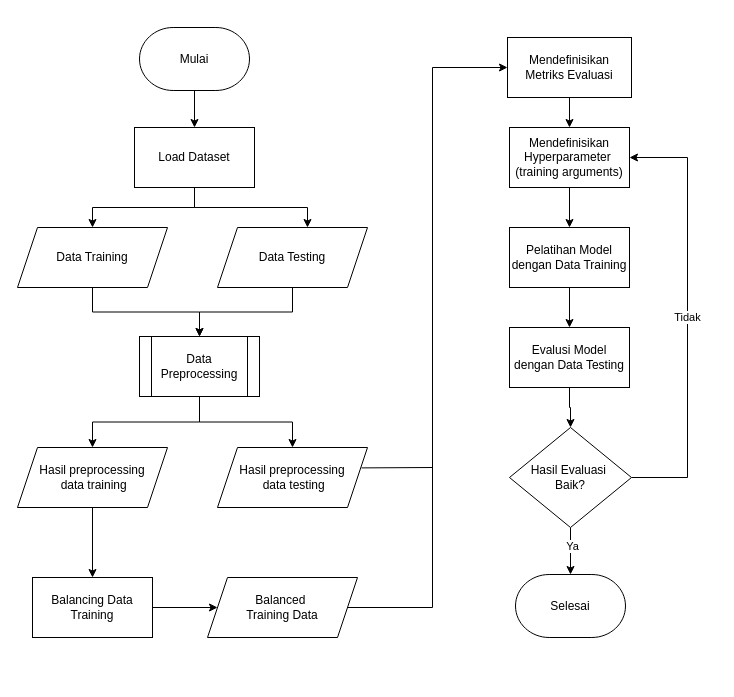
meisyareptiana/design_database keeps this draw.io diagram as Perancangan Model.drawio. Above is the earlier version. Source tidied: cells renumbered, new cells numbered last; positions are measured from the earlier drawing's top-left corner, leaving out a move shared by most shapes. Both pictures are drawn from the tidied source at 100%, with x=0, y=0 at pixel (17, 27).
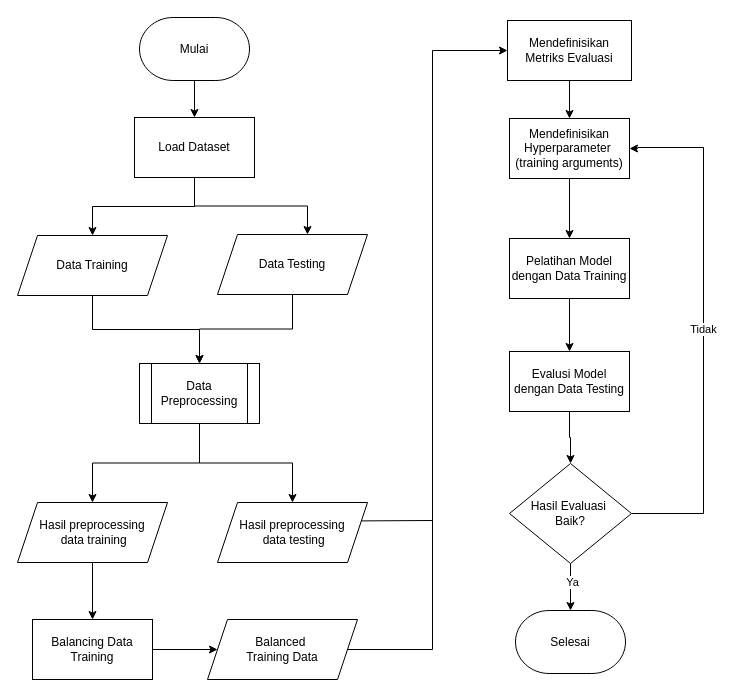
The same diagram, later.

Diff of the diagram source:
```diff
@@
     <mxCell id="3" value="Data Training" style="shape=parallelogram;perimeter=parallelogramPerimeter;whiteSpace=wrap;html=1;fixedSize=1;" parent="1" vertex="1">
-      <mxGeometry y="200" width="150" height="60" as="geometry" />
+      <mxGeometry y="208" width="150" height="60" as="geometry" />
     </mxCell>
@@
     <mxCell id="5" value="Mulai" style="fixedSize=1;html=1;shape=mxgraph.flowchart.terminator;whiteSpace=wrap;" parent="1" vertex="1">
-      <mxGeometry x="122" width="110" height="63" as="geometry" />
+      <mxGeometry x="122" y="-10" width="110" height="63" as="geometry" />
     </mxCell>
     <mxCell id="6" value="Selesai" style="fixedSize=1;html=1;shape=mxgraph.flowchart.terminator;whiteSpace=wrap;" parent="1" vertex="1">
-      <mxGeometry x="498" y="547" width="110" height="63" as="geometry" />
+      <mxGeometry x="498" y="583" width="110" height="63" as="geometry" />
     </mxCell>
@@
     <mxCell id="8" value="Load Dataset" style="rounded=0;whiteSpace=wrap;html=1;" parent="1" vertex="1">
-      <mxGeometry x="117" y="100" width="120" height="60" as="geometry" />
+      <mxGeometry x="117" y="90" width="120" height="60" as="geometry" />
     </mxCell>
@@
     <mxCell id="10" value="Data Testing" style="shape=parallelogram;perimeter=parallelogramPerimeter;whiteSpace=wrap;html=1;fixedSize=1;" parent="1" vertex="1">
-      <mxGeometry x="200" y="200" width="150" height="60" as="geometry" />
+      <mxGeometry x="200" y="207" width="150" height="60" as="geometry" />
     </mxCell>
@@
     <mxCell id="13" value="Hasil preprocessing&lt;div&gt;&amp;nbsp;data training&lt;/div&gt;" style="shape=parallelogram;perimeter=parallelogramPerimeter;whiteSpace=wrap;html=1;fixedSize=1;" parent="1" vertex="1">
-      <mxGeometry y="420" width="150" height="60" as="geometry" />
+      <mxGeometry y="475" width="150" height="60" as="geometry" />
     </mxCell>
     <mxCell id="14" value="Hasil preprocessing&lt;div&gt;&amp;nbsp;data testing&lt;/div&gt;" style="shape=parallelogram;perimeter=parallelogramPerimeter;whiteSpace=wrap;html=1;fixedSize=1;" parent="1" vertex="1">
-      <mxGeometry x="200" y="420" width="150" height="60" as="geometry" />
+      <mxGeometry x="200" y="475" width="150" height="60" as="geometry" />
     </mxCell>
@@
     <mxCell id="16" value="Balancing Data Training" style="rounded=0;whiteSpace=wrap;html=1;" parent="1" vertex="1">
-      <mxGeometry x="15" y="550" width="120" height="60" as="geometry" />
+      <mxGeometry x="15" y="592" width="120" height="60" as="geometry" />
     </mxCell>
@@
     <mxCell id="18" value="Balanced&amp;nbsp;&lt;div&gt;Training Data&lt;/div&gt;" style="shape=parallelogram;perimeter=parallelogramPerimeter;whiteSpace=wrap;html=1;fixedSize=1;" parent="1" vertex="1">
-      <mxGeometry x="190" y="550" width="150" height="60" as="geometry" />
+      <mxGeometry x="190" y="592" width="150" height="60" as="geometry" />
     </mxCell>
@@
     <mxCell id="20" value="Mendefinisikan Metriks Evaluasi" style="rounded=0;whiteSpace=wrap;html=1;" parent="1" vertex="1">
-      <mxGeometry x="490" y="10" width="124" height="60" as="geometry" />
+      <mxGeometry x="490" y="-7" width="124" height="60" as="geometry" />
     </mxCell>
     <mxCell id="21" style="endArrow=none;html=1;rounded=0;" parent="1" edge="1">
       <mxGeometry relative="1" as="geometry">
-        <mxPoint x="344" y="440.4" as="sourcePoint" />
-        <mxPoint x="415" y="440" as="targetPoint" />
+        <mxPoint x="344" y="493.4" as="sourcePoint" />
+        <mxPoint x="415" y="493" as="targetPoint" />
       </mxGeometry>
     </mxCell>
@@
     <mxCell id="23" value="Mendefinisikan Hyperparameter&amp;nbsp;&lt;div&gt;(training arguments)&lt;/div&gt;" style="whiteSpace=wrap;html=1;rounded=0;" parent="1" vertex="1">
-      <mxGeometry x="492" y="100" width="120" height="60" as="geometry" />
+      <mxGeometry x="492" y="91" width="120" height="60" as="geometry" />
     </mxCell>
@@
     <mxCell id="25" value="Pelatihan Model dengan Data Training" style="whiteSpace=wrap;html=1;rounded=0;" parent="1" vertex="1">
-      <mxGeometry x="492" y="200" width="120" height="60" as="geometry" />
+      <mxGeometry x="492" y="211" width="120" height="60" as="geometry" />
     </mxCell>
@@
     <mxCell id="27" value="Evalusi Model dengan Data Testing" style="whiteSpace=wrap;html=1;rounded=0;" parent="1" vertex="1">
-      <mxGeometry x="492" y="300" width="120" height="60" as="geometry" />
+      <mxGeometry x="492" y="324" width="120" height="60" as="geometry" />
     </mxCell>
@@
-    <mxCell id="30" style="edgeStyle=orthogonalEdgeStyle;rounded=0;jettySize=auto;html=1;entryX=1;entryY=0.5;entryDx=0;entryDy=0;" parent="1" edge="1" source="32" target="23">
+    <mxCell id="30" style="edgeStyle=orthogonalEdgeStyle;rounded=0;jettySize=auto;html=1;entryX=1;entryY=0.5;entryDx=0;entryDy=0;exitX=1;exitY=0.5;exitDx=0;exitDy=0;" parent="1" edge="1" source="32" target="23">
       <mxGeometry relative="1" as="geometry">
         <Array as="points">
-          <mxPoint x="670" y="450" />
-          <mxPoint x="670" y="130" />
+          <mxPoint x="686" y="486" />
+          <mxPoint x="686" y="120" />
+          <mxPoint x="620" y="120" />
         </Array>
       </mxGeometry>
     </mxCell>
@@
     <mxCell id="32" value="Hasil Evaluasi&amp;nbsp;&lt;div&gt;Baik?&lt;/div&gt;" style="rhombus;whiteSpace=wrap;html=1;rounded=0;" parent="1" vertex="1">
-      <mxGeometry x="492" y="400" width="122" height="100" as="geometry" />
+      <mxGeometry x="492" y="436" width="122" height="100" as="geometry" />
     </mxCell>
@@
     <mxCell id="35" value="Data Preprocessing" style="shape=process;whiteSpace=wrap;html=1;backgroundOutline=1;" parent="1" vertex="1">
-      <mxGeometry x="122" y="309" width="120" height="60" as="geometry" />
+      <mxGeometry x="122" y="336" width="120" height="60" as="geometry" />
     </mxCell>
```
